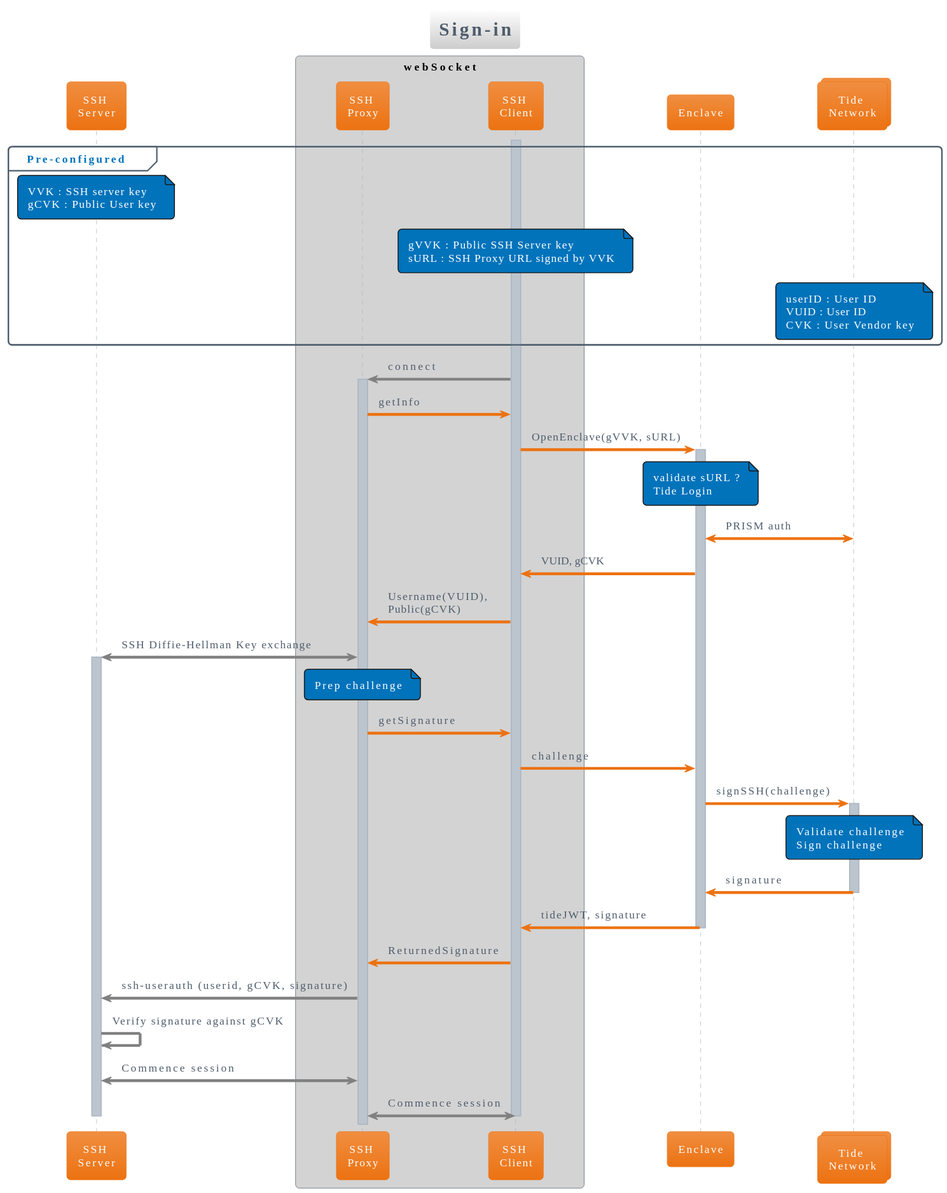
Before: diagrams/svg/Sign-in.svg, a diagram exported from PlantUML (tide-foundation/KeyleSSH).
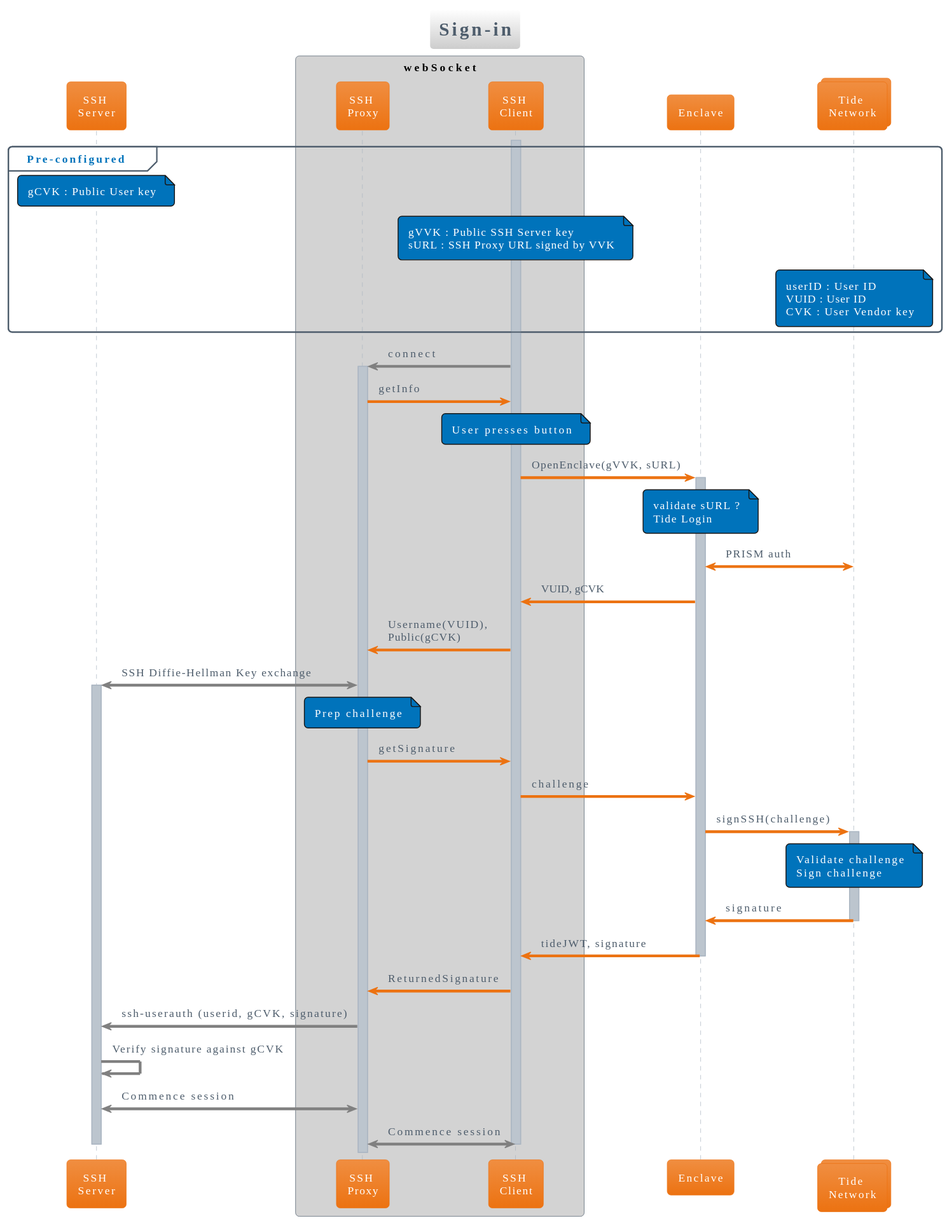
After the change.

Commit message:
:rocket: Adding Generated PlantUML Diagrams

Diff of the diagram source:
```diff
@@ -12,7 +12,6 @@
 
 group Pre-configured
 note over Server
-    VVK : SSH server key
     gCVK : Public User key
 end note
 
@@ -32,6 +31,10 @@
 Client-[#Gray]>Proxy : connect
 activate Proxy
 Client<-Proxy : getInfo
+
+note over Client
+    User presses button
+end note
 
 Client->Enclave: OpenEnclave(gVVK, sURL)
 activate Enclave
```
